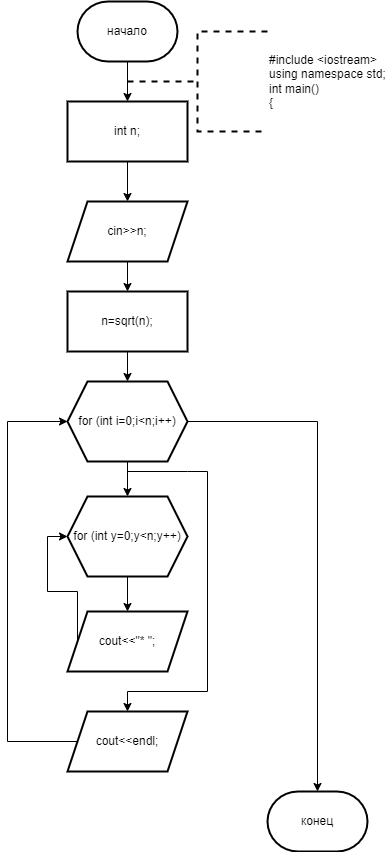
The draw.io diagram 2_7_1.drawio (1).png in ksinph/PSTU_LABS_2023, before a commit. Source tidied: cells renumbered, new cells last; positions are measured from the earlier drawing's top-left corner, leaving out a move shared by most shapes.
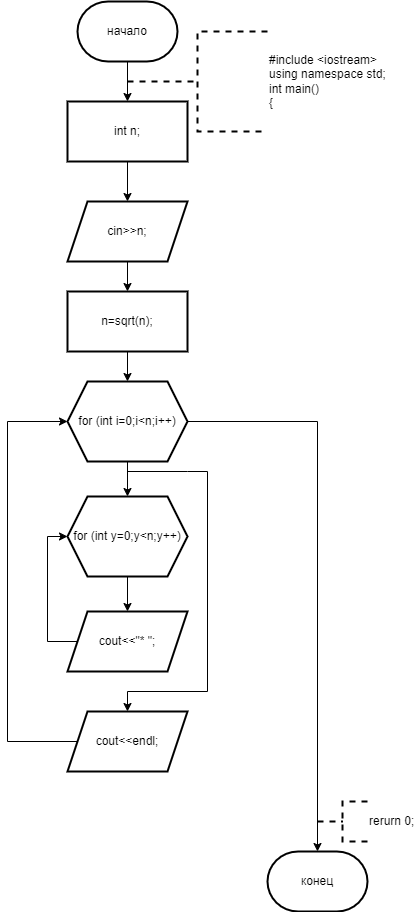
After the change.

Change to the diagram source:
```diff
@@ -50,7 +50,12 @@
       <mxGeometry x="60" y="495" width="120" height="80" as="geometry" />
     </mxCell>
     <mxCell id="15" style="edgeStyle=orthogonalEdgeStyle;rounded=0;jettySize=auto;html=1;exitX=0;exitY=0.5;exitDx=0;exitDy=0;entryX=0;entryY=0.5;entryDx=0;entryDy=0;" parent="1" edge="1" source="16" target="14">
-      <mxGeometry relative="1" as="geometry" />
+      <mxGeometry relative="1" as="geometry">
+        <Array as="points">
+          <mxPoint x="40" y="640" />
+          <mxPoint x="40" y="535" />
+        </Array>
+      </mxGeometry>
     </mxCell>
     <mxCell id="16" value="cout&amp;lt;&amp;lt;&quot;* &quot;;" style="shape=parallelogram;perimeter=parallelogramPerimeter;whiteSpace=wrap;html=1;fixedSize=1;strokeWidth=2;" parent="1" vertex="1">
       <mxGeometry x="60" y="610" width="120" height="60" as="geometry" />
@@ -67,7 +72,7 @@
       <mxGeometry x="60" y="710" width="120" height="60" as="geometry" />
     </mxCell>
     <mxCell id="19" value="конец" style="strokeWidth=2;html=1;shape=mxgraph.flowchart.terminator;whiteSpace=wrap;" parent="1" vertex="1">
-      <mxGeometry x="260" y="790" width="100" height="60" as="geometry" />
+      <mxGeometry x="260" y="850" width="100" height="60" as="geometry" />
     </mxCell>
     <mxCell id="20" style="edgeStyle=orthogonalEdgeStyle;rounded=0;jettySize=auto;html=1;exitX=1;exitY=0.5;exitDx=0;exitDy=0;entryX=0.5;entryY=0;entryDx=0;entryDy=0;entryPerimeter=0;" parent="1" edge="1" source="12" target="19">
       <mxGeometry relative="1" as="geometry" />
@@ -75,5 +80,8 @@
     <mxCell id="21" value="&lt;div&gt;#include &amp;lt;iostream&amp;gt;&lt;/div&gt;&lt;div&gt;using namespace std;&lt;/div&gt;&lt;div&gt;int main()&lt;/div&gt;&lt;div&gt;{&lt;/div&gt;" style="strokeWidth=2;html=1;shape=mxgraph.flowchart.annotation_2;align=left;labelPosition=right;dashed=1;" parent="1" vertex="1">
       <mxGeometry x="120" y="30" width="140" height="100" as="geometry" />
     </mxCell>
+    <mxCell id="22" value="rerurn 0;" style="strokeWidth=2;html=1;shape=mxgraph.flowchart.annotation_2;align=left;labelPosition=right;dashed=1;" parent="1" vertex="1">
+      <mxGeometry x="310" y="800" width="50" height="40" as="geometry" />
+    </mxCell>
   </root>
 </mxGraphModel>
```
